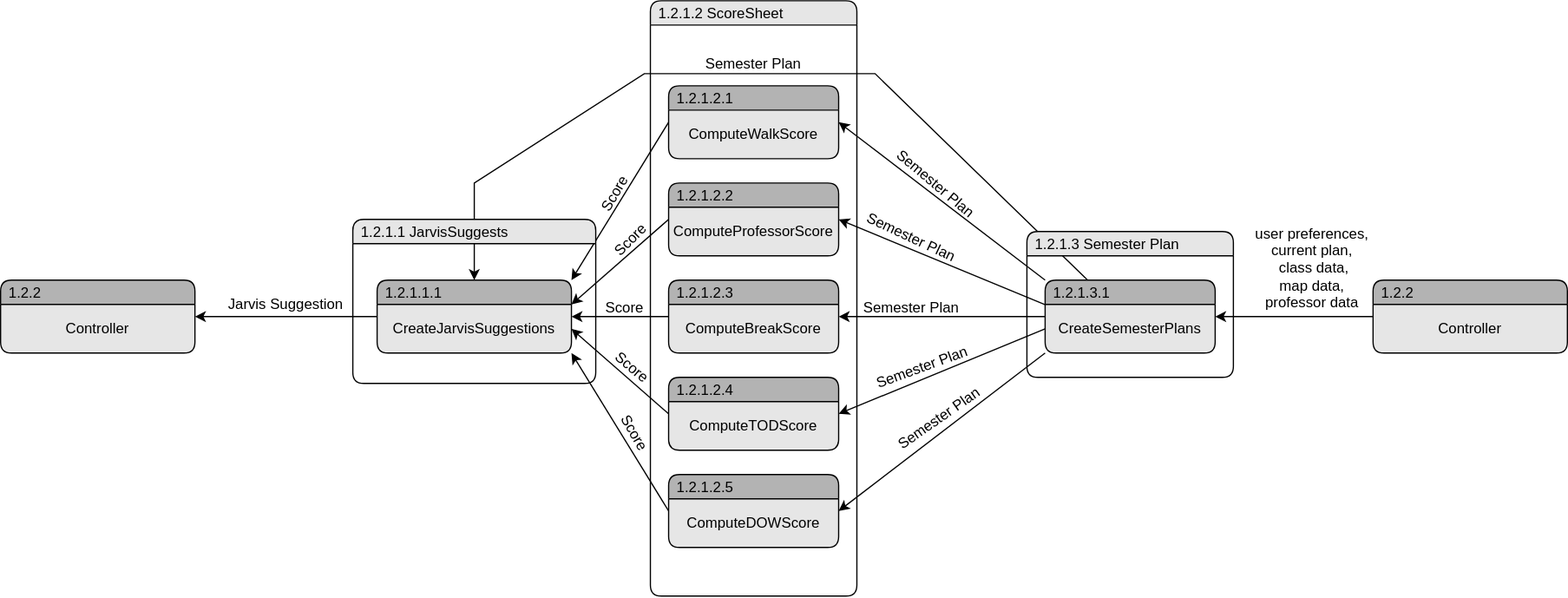
The draw.io diagram Logic/TeamTwoFiles/AlgorithmDataFlowDiagram.svg in MckennahPalmer/CSE430, before a commit. Source tidied: cells renumbered, new cells last; positions are measured from the earlier drawing's top-left corner, leaving out a move shared by most shapes. Its diagram source:
```xml
<mxGraphModel>
  <root>
    <mxCell id="0" />
    <mxCell id="1" parent="0" />
    <mxCell id="2" value="1.2.1.2 ScoreSheet" style="swimlane;fontStyle=0;horizontal=1;startSize=20;fillColor=#E6E6E6;swimlaneFillColor=none;rounded=1;spacingLeft=5;align=left;" parent="1" vertex="1">
      <mxGeometry x="535" width="170" height="490" as="geometry" />
    </mxCell>
    <mxCell id="3" value="1.2.1.2.1" style="swimlane;fontStyle=0;horizontal=1;startSize=20;fillColor=#B3B3B3;swimlaneFillColor=#E6E6E6;rounded=1;align=left;spacingLeft=5;shadow=0;" parent="1" vertex="1">
      <mxGeometry x="550" y="70" width="140" height="60" as="geometry" />
    </mxCell>
    <mxCell id="4" value="ComputeWalkScore" style="text;html=1;strokeColor=none;fillColor=none;align=center;verticalAlign=middle;whiteSpace=wrap;rounded=0;" parent="3" vertex="1">
      <mxGeometry y="20" width="140" height="40" as="geometry" />
    </mxCell>
    <mxCell id="5" value="1.2.1.3.1" style="swimlane;fontStyle=0;horizontal=1;startSize=20;fillColor=#B3B3B3;swimlaneFillColor=#E6E6E6;rounded=1;align=left;spacingLeft=5;" parent="1" vertex="1">
      <mxGeometry x="860" y="230" width="140" height="60" as="geometry" />
    </mxCell>
    <mxCell id="6" value="CreateSemesterPlans" style="text;html=1;strokeColor=none;fillColor=none;align=center;verticalAlign=middle;whiteSpace=wrap;rounded=0;" parent="5" vertex="1">
      <mxGeometry y="20" width="140" height="40" as="geometry" />
    </mxCell>
    <mxCell id="7" value="1.2.1.2.2" style="swimlane;fontStyle=0;horizontal=1;startSize=20;fillColor=#B3B3B3;swimlaneFillColor=#E6E6E6;rounded=1;align=left;spacingLeft=5;" parent="1" vertex="1">
      <mxGeometry x="550" y="150" width="140" height="60" as="geometry" />
    </mxCell>
    <mxCell id="8" value="ComputeProfessorScore" style="text;html=1;strokeColor=none;fillColor=none;align=center;verticalAlign=middle;whiteSpace=wrap;rounded=0;" parent="7" vertex="1">
      <mxGeometry y="20" width="140" height="40" as="geometry" />
    </mxCell>
    <mxCell id="9" value="1.2.1.2.3" style="swimlane;fontStyle=0;horizontal=1;startSize=20;fillColor=#B3B3B3;swimlaneFillColor=#E6E6E6;rounded=1;spacingLeft=5;align=left;" parent="1" vertex="1">
      <mxGeometry x="550" y="230" width="140" height="60" as="geometry" />
    </mxCell>
    <mxCell id="10" value="ComputeBreakScore" style="text;html=1;strokeColor=none;fillColor=none;align=center;verticalAlign=middle;whiteSpace=wrap;rounded=0;" parent="9" vertex="1">
      <mxGeometry y="20" width="140" height="40" as="geometry" />
    </mxCell>
    <mxCell id="11" value="1.2.1.2.4" style="swimlane;fontStyle=0;horizontal=1;startSize=20;fillColor=#B3B3B3;swimlaneFillColor=#E6E6E6;rounded=1;spacingLeft=5;align=left;" parent="1" vertex="1">
      <mxGeometry x="550" y="310" width="140" height="60" as="geometry" />
    </mxCell>
    <mxCell id="12" value="ComputeTODScore" style="text;html=1;strokeColor=none;fillColor=none;align=center;verticalAlign=middle;whiteSpace=wrap;rounded=0;" parent="11" vertex="1">
      <mxGeometry y="20" width="140" height="40" as="geometry" />
    </mxCell>
    <mxCell id="13" value="1.2.1.2.5" style="swimlane;fontStyle=0;horizontal=1;startSize=20;fillColor=#B3B3B3;swimlaneFillColor=#E6E6E6;rounded=1;spacingLeft=5;align=left;" parent="1" vertex="1">
      <mxGeometry x="550" y="390" width="140" height="60" as="geometry" />
    </mxCell>
    <mxCell id="14" value="ComputeDOWScore" style="text;html=1;strokeColor=none;fillColor=none;align=center;verticalAlign=middle;whiteSpace=wrap;rounded=0;" parent="13" vertex="1">
      <mxGeometry y="20" width="140" height="40" as="geometry" />
    </mxCell>
    <mxCell id="15" style="endArrow=classic;html=1;rounded=0;exitX=0;exitY=0;exitDx=0;exitDy=0;entryX=1;entryY=0.25;entryDx=0;entryDy=0;" parent="1" edge="1" source="5" target="4">
      <mxGeometry relative="1" as="geometry" />
    </mxCell>
    <mxCell id="16" style="endArrow=classic;html=1;rounded=0;entryX=1;entryY=0.25;entryDx=0;entryDy=0;exitX=0.001;exitY=0.336;exitDx=0;exitDy=0;exitPerimeter=0;" parent="1" edge="1" source="5" target="8">
      <mxGeometry relative="1" as="geometry" />
    </mxCell>
    <mxCell id="17" style="endArrow=classic;html=1;rounded=0;exitX=0;exitY=0.25;exitDx=0;exitDy=0;entryX=1;entryY=0.25;entryDx=0;entryDy=0;" parent="1" edge="1" source="6" target="10">
      <mxGeometry relative="1" as="geometry" />
    </mxCell>
    <mxCell id="18" style="endArrow=classic;html=1;rounded=0;exitX=0;exitY=0.5;exitDx=0;exitDy=0;entryX=1;entryY=0.25;entryDx=0;entryDy=0;" parent="1" edge="1" source="6" target="12">
      <mxGeometry relative="1" as="geometry" />
    </mxCell>
    <mxCell id="19" style="endArrow=classic;html=1;rounded=0;exitX=0;exitY=1;exitDx=0;exitDy=0;entryX=1;entryY=0.25;entryDx=0;entryDy=0;" parent="1" edge="1" source="6" target="14">
      <mxGeometry relative="1" as="geometry" />
    </mxCell>
    <mxCell id="20" style="endArrow=classic;html=1;rounded=0;entryX=1;entryY=0;entryDx=0;entryDy=0;exitX=0;exitY=0.25;exitDx=0;exitDy=0;" parent="1" edge="1" source="4" target="41">
      <mxGeometry relative="1" as="geometry" />
    </mxCell>
    <mxCell id="21" style="endArrow=classic;html=1;rounded=0;exitX=0;exitY=0.25;exitDx=0;exitDy=0;entryX=1;entryY=0;entryDx=0;entryDy=0;" parent="1" edge="1" source="8" target="42">
      <mxGeometry relative="1" as="geometry" />
    </mxCell>
    <mxCell id="22" style="endArrow=classic;html=1;rounded=0;entryX=1;entryY=0.25;entryDx=0;entryDy=0;exitX=0;exitY=0.25;exitDx=0;exitDy=0;" parent="1" edge="1" source="10">
      <mxGeometry relative="1" as="geometry">
        <mxPoint x="470" y="260" as="targetPoint" />
      </mxGeometry>
    </mxCell>
    <mxCell id="23" style="endArrow=classic;html=1;rounded=0;entryX=1;entryY=0.5;entryDx=0;entryDy=0;exitX=0;exitY=0.25;exitDx=0;exitDy=0;" parent="1" edge="1" source="12">
      <mxGeometry relative="1" as="geometry">
        <mxPoint x="470" y="270" as="targetPoint" />
      </mxGeometry>
    </mxCell>
    <mxCell id="24" style="endArrow=classic;html=1;rounded=0;entryX=1;entryY=1;entryDx=0;entryDy=0;exitX=0;exitY=0.25;exitDx=0;exitDy=0;" parent="1" edge="1" source="14">
      <mxGeometry relative="1" as="geometry">
        <mxPoint x="470" y="290" as="targetPoint" />
      </mxGeometry>
    </mxCell>
    <mxCell id="25" style="endArrow=classic;html=1;rounded=0;entryX=1;entryY=0.25;entryDx=0;entryDy=0;exitX=0;exitY=0.25;exitDx=0;exitDy=0;" parent="1" edge="1" source="42" target="39">
      <mxGeometry relative="1" as="geometry" />
    </mxCell>
    <mxCell id="26" style="endArrow=classic;html=1;rounded=0;exitX=0.25;exitY=0;exitDx=0;exitDy=0;entryX=0.5;entryY=0;entryDx=0;entryDy=0;" parent="1" edge="1" source="5" target="41">
      <mxGeometry relative="1" as="geometry">
        <Array as="points">
          <mxPoint x="720" y="60" />
          <mxPoint x="530" y="60" />
          <mxPoint x="390" y="150" />
        </Array>
      </mxGeometry>
    </mxCell>
    <mxCell id="27" value="Semester Plan" style="text;html=1;strokeColor=none;fillColor=none;align=center;verticalAlign=middle;whiteSpace=wrap;rounded=0;" parent="1" vertex="1">
      <mxGeometry x="570" y="37" width="100" height="30" as="geometry" />
    </mxCell>
    <mxCell id="28" value="Score" style="text;html=1;strokeColor=none;fillColor=none;align=center;verticalAlign=middle;whiteSpace=wrap;rounded=0;" parent="1" vertex="1">
      <mxGeometry x="464" y="238" width="100" height="30" as="geometry" />
    </mxCell>
    <mxCell id="29" value="Score" style="text;html=1;strokeColor=none;fillColor=none;align=center;verticalAlign=middle;whiteSpace=wrap;rounded=0;rotation=40;" parent="1" vertex="1">
      <mxGeometry x="470" y="287" width="100" height="30" as="geometry" />
    </mxCell>
    <mxCell id="30" value="Score" style="text;html=1;strokeColor=none;fillColor=none;align=center;verticalAlign=middle;whiteSpace=wrap;rounded=0;rotation=60;" parent="1" vertex="1">
      <mxGeometry x="472" y="341" width="100" height="30" as="geometry" />
    </mxCell>
    <mxCell id="31" value="Score" style="text;html=1;strokeColor=none;fillColor=none;align=center;verticalAlign=middle;whiteSpace=wrap;rounded=0;rotation=-45;" parent="1" vertex="1">
      <mxGeometry x="469" y="182" width="100" height="30" as="geometry" />
    </mxCell>
    <mxCell id="32" value="Score" style="text;html=1;strokeColor=none;fillColor=none;align=center;verticalAlign=middle;whiteSpace=wrap;rounded=0;rotation=-60;" parent="1" vertex="1">
      <mxGeometry x="456" y="144" width="100" height="30" as="geometry" />
    </mxCell>
    <mxCell id="33" value="Semester Plan" style="text;html=1;strokeColor=none;fillColor=none;align=center;verticalAlign=middle;whiteSpace=wrap;rounded=0;rotation=25;" parent="1" vertex="1">
      <mxGeometry x="700" y="180" width="100" height="30" as="geometry" />
    </mxCell>
    <mxCell id="34" value="Semester Plan" style="text;html=1;strokeColor=none;fillColor=none;align=center;verticalAlign=middle;whiteSpace=wrap;rounded=0;rotation=40;" parent="1" vertex="1">
      <mxGeometry x="720" y="136" width="100" height="30" as="geometry" />
    </mxCell>
    <mxCell id="35" value="Semester Plan" style="text;html=1;strokeColor=none;fillColor=none;align=center;verticalAlign=middle;whiteSpace=wrap;rounded=0;rotation=-20;" parent="1" vertex="1">
      <mxGeometry x="709" y="287" width="100" height="30" as="geometry" />
    </mxCell>
    <mxCell id="36" value="Semester Plan" style="text;html=1;strokeColor=none;fillColor=none;align=center;verticalAlign=middle;whiteSpace=wrap;rounded=0;rotation=-35;" parent="1" vertex="1">
      <mxGeometry x="723" y="329" width="100" height="30" as="geometry" />
    </mxCell>
    <mxCell id="37" value="Semester Plan" style="text;html=1;strokeColor=none;fillColor=none;align=center;verticalAlign=middle;whiteSpace=wrap;rounded=0;rotation=0;" parent="1" vertex="1">
      <mxGeometry x="700" y="238" width="100" height="30" as="geometry" />
    </mxCell>
    <mxCell id="38" value="1.2.2" style="swimlane;fontStyle=0;horizontal=1;startSize=20;fillColor=#B3B3B3;swimlaneFillColor=#E6E6E6;rounded=1;spacingLeft=5;align=left;" parent="1" vertex="1">
      <mxGeometry y="230" width="160" height="60" as="geometry" />
    </mxCell>
    <mxCell id="39" value="Controller" style="text;html=1;strokeColor=none;fillColor=none;align=center;verticalAlign=middle;whiteSpace=wrap;rounded=0;" parent="38" vertex="1">
      <mxGeometry y="20" width="160" height="40" as="geometry" />
    </mxCell>
    <mxCell id="40" value="Jarvis Suggestion" style="text;html=1;strokeColor=none;fillColor=none;align=center;verticalAlign=middle;whiteSpace=wrap;rounded=0;" parent="1" vertex="1">
      <mxGeometry x="180" y="235" width="110" height="30" as="geometry" />
    </mxCell>
    <mxCell id="41" value="1.2.1.1.1" style="swimlane;fontStyle=0;horizontal=1;startSize=20;fillColor=#B3B3B3;swimlaneFillColor=#E6E6E6;rounded=1;spacingLeft=5;align=left;" parent="1" vertex="1">
      <mxGeometry x="310" y="230" width="160" height="60" as="geometry" />
    </mxCell>
    <mxCell id="42" value="CreateJarvisSuggestions" style="text;html=1;strokeColor=none;fillColor=none;align=center;verticalAlign=middle;whiteSpace=wrap;rounded=0;" parent="41" vertex="1">
      <mxGeometry y="20" width="160" height="40" as="geometry" />
    </mxCell>
    <mxCell id="43" value="user preferences,&lt;br&gt;current plan,&lt;br&gt;&amp;nbsp;class data,&lt;br&gt;map data, professor data" style="text;html=1;strokeColor=none;fillColor=none;align=center;verticalAlign=middle;whiteSpace=wrap;rounded=0;fontFamily=Helvetica;" parent="1" vertex="1">
      <mxGeometry x="1030" y="180" width="100" height="80" as="geometry" />
    </mxCell>
    <mxCell id="44" value="1.2.1.1 JarvisSuggests" style="swimlane;fontStyle=0;horizontal=1;startSize=20;fillColor=#E6E6E6;swimlaneFillColor=none;rounded=1;spacingLeft=5;align=left;" parent="1" vertex="1">
      <mxGeometry x="290" y="180" width="200" height="135" as="geometry" />
    </mxCell>
    <mxCell id="45" value="1.2.1.3 Semester Plan" style="swimlane;fontStyle=0;horizontal=1;startSize=20;fillColor=#E6E6E6;swimlaneFillColor=none;rounded=1;spacingLeft=5;align=left;" parent="1" vertex="1">
      <mxGeometry x="845" y="190" width="170" height="120" as="geometry" />
    </mxCell>
    <mxCell id="46" style="endArrow=classic;html=1;rounded=0;entryX=1;entryY=0.25;entryDx=0;entryDy=0;exitX=0;exitY=0.25;exitDx=0;exitDy=0;" parent="1" edge="1" target="6">
      <mxGeometry relative="1" as="geometry">
        <mxPoint x="1130" y="260" as="sourcePoint" />
      </mxGeometry>
    </mxCell>
    <mxCell id="47" value="1.2.2" style="swimlane;fontStyle=0;horizontal=1;startSize=20;fillColor=#B3B3B3;swimlaneFillColor=#E6E6E6;rounded=1;spacingLeft=5;align=left;" parent="1" vertex="1">
      <mxGeometry x="1130" y="230" width="160" height="60" as="geometry" />
    </mxCell>
    <mxCell id="48" value="Controller" style="text;html=1;strokeColor=none;fillColor=none;align=center;verticalAlign=middle;whiteSpace=wrap;rounded=0;" parent="47" vertex="1">
      <mxGeometry y="20" width="160" height="40" as="geometry" />
    </mxCell>
  </root>
</mxGraphModel>
```
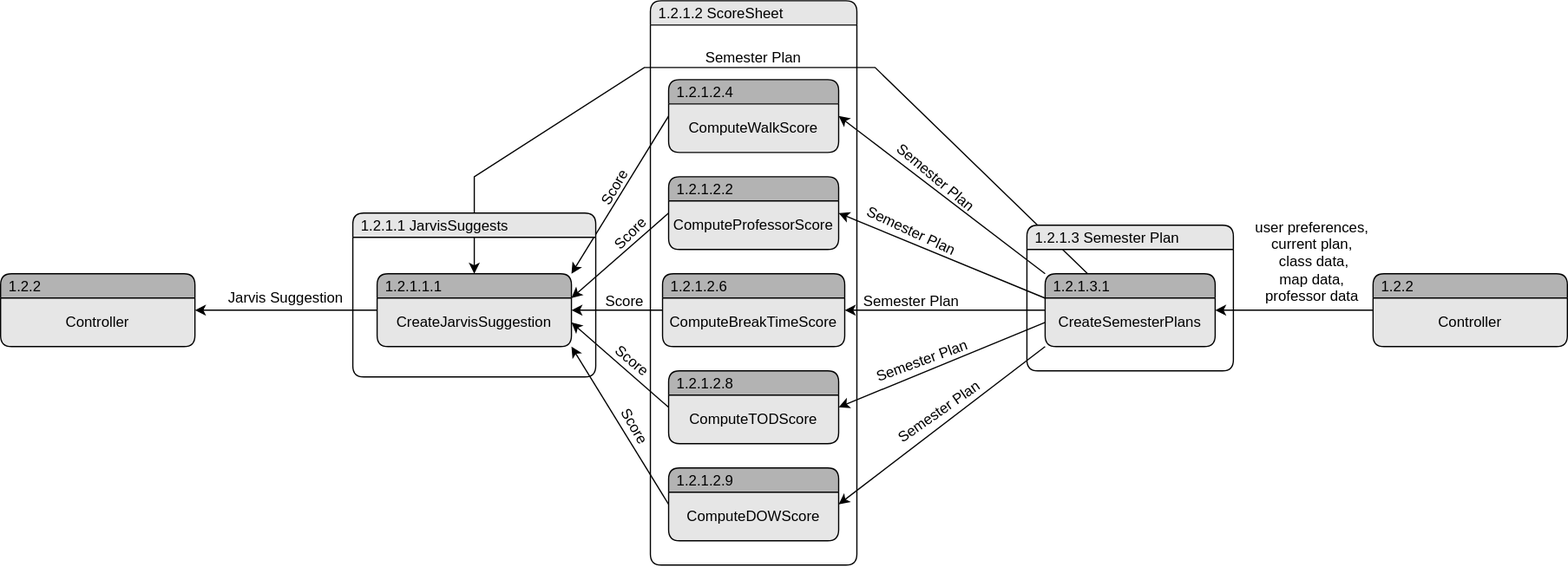
The same diagram one commit later.

Commit message:
Updated Algorithm Diagram and DIT to match new numbers and names.

The edit, as a diff of the source:
```diff
@@ -3,9 +3,9 @@
     <mxCell id="0" />
     <mxCell id="1" parent="0" />
     <mxCell id="2" value="1.2.1.2 ScoreSheet" style="swimlane;fontStyle=0;horizontal=1;startSize=20;fillColor=#E6E6E6;swimlaneFillColor=none;rounded=1;spacingLeft=5;align=left;" parent="1" vertex="1">
-      <mxGeometry x="535" width="170" height="490" as="geometry" />
+      <mxGeometry x="535" y="5" width="170" height="465" as="geometry" />
     </mxCell>
-    <mxCell id="3" value="1.2.1.2.1" style="swimlane;fontStyle=0;horizontal=1;startSize=20;fillColor=#B3B3B3;swimlaneFillColor=#E6E6E6;rounded=1;align=left;spacingLeft=5;shadow=0;" parent="1" vertex="1">
+    <mxCell id="3" value="1.2.1.2.4" style="swimlane;fontStyle=0;horizontal=1;startSize=20;fillColor=#B3B3B3;swimlaneFillColor=#E6E6E6;rounded=1;align=left;spacingLeft=5;shadow=0;" parent="1" vertex="1">
       <mxGeometry x="550" y="70" width="140" height="60" as="geometry" />
     </mxCell>
     <mxCell id="4" value="ComputeWalkScore" style="text;html=1;strokeColor=none;fillColor=none;align=center;verticalAlign=middle;whiteSpace=wrap;rounded=0;" parent="3" vertex="1">
@@ -23,19 +23,19 @@
     <mxCell id="8" value="ComputeProfessorScore" style="text;html=1;strokeColor=none;fillColor=none;align=center;verticalAlign=middle;whiteSpace=wrap;rounded=0;" parent="7" vertex="1">
       <mxGeometry y="20" width="140" height="40" as="geometry" />
     </mxCell>
-    <mxCell id="9" value="1.2.1.2.3" style="swimlane;fontStyle=0;horizontal=1;startSize=20;fillColor=#B3B3B3;swimlaneFillColor=#E6E6E6;rounded=1;spacingLeft=5;align=left;" parent="1" vertex="1">
-      <mxGeometry x="550" y="230" width="140" height="60" as="geometry" />
+    <mxCell id="9" value="1.2.1.2.6" style="swimlane;fontStyle=0;horizontal=1;startSize=20;fillColor=#B3B3B3;swimlaneFillColor=#E6E6E6;rounded=1;spacingLeft=5;align=left;" parent="1" vertex="1">
+      <mxGeometry x="545" y="230" width="150" height="60" as="geometry" />
     </mxCell>
-    <mxCell id="10" value="ComputeBreakScore" style="text;html=1;strokeColor=none;fillColor=none;align=center;verticalAlign=middle;whiteSpace=wrap;rounded=0;" parent="9" vertex="1">
-      <mxGeometry y="20" width="140" height="40" as="geometry" />
+    <mxCell id="10" value="ComputeBreakTimeScore" style="text;html=1;strokeColor=none;fillColor=none;align=center;verticalAlign=middle;whiteSpace=wrap;rounded=0;" parent="9" vertex="1">
+      <mxGeometry y="20" width="150" height="40" as="geometry" />
     </mxCell>
-    <mxCell id="11" value="1.2.1.2.4" style="swimlane;fontStyle=0;horizontal=1;startSize=20;fillColor=#B3B3B3;swimlaneFillColor=#E6E6E6;rounded=1;spacingLeft=5;align=left;" parent="1" vertex="1">
+    <mxCell id="11" value="1.2.1.2.8" style="swimlane;fontStyle=0;horizontal=1;startSize=20;fillColor=#B3B3B3;swimlaneFillColor=#E6E6E6;rounded=1;spacingLeft=5;align=left;" parent="1" vertex="1">
       <mxGeometry x="550" y="310" width="140" height="60" as="geometry" />
     </mxCell>
     <mxCell id="12" value="ComputeTODScore" style="text;html=1;strokeColor=none;fillColor=none;align=center;verticalAlign=middle;whiteSpace=wrap;rounded=0;" parent="11" vertex="1">
       <mxGeometry y="20" width="140" height="40" as="geometry" />
     </mxCell>
-    <mxCell id="13" value="1.2.1.2.5" style="swimlane;fontStyle=0;horizontal=1;startSize=20;fillColor=#B3B3B3;swimlaneFillColor=#E6E6E6;rounded=1;spacingLeft=5;align=left;" parent="1" vertex="1">
+    <mxCell id="13" value="1.2.1.2.9" style="swimlane;fontStyle=0;horizontal=1;startSize=20;fillColor=#B3B3B3;swimlaneFillColor=#E6E6E6;rounded=1;spacingLeft=5;align=left;" parent="1" vertex="1">
       <mxGeometry x="550" y="390" width="140" height="60" as="geometry" />
     </mxCell>
     <mxCell id="14" value="ComputeDOWScore" style="text;html=1;strokeColor=none;fillColor=none;align=center;verticalAlign=middle;whiteSpace=wrap;rounded=0;" parent="13" vertex="1">
@@ -134,7 +134,7 @@
     <mxCell id="41" value="1.2.1.1.1" style="swimlane;fontStyle=0;horizontal=1;startSize=20;fillColor=#B3B3B3;swimlaneFillColor=#E6E6E6;rounded=1;spacingLeft=5;align=left;" parent="1" vertex="1">
       <mxGeometry x="310" y="230" width="160" height="60" as="geometry" />
     </mxCell>
-    <mxCell id="42" value="CreateJarvisSuggestions" style="text;html=1;strokeColor=none;fillColor=none;align=center;verticalAlign=middle;whiteSpace=wrap;rounded=0;" parent="41" vertex="1">
+    <mxCell id="42" value="CreateJarvisSuggestion" style="text;html=1;strokeColor=none;fillColor=none;align=center;verticalAlign=middle;whiteSpace=wrap;rounded=0;" parent="41" vertex="1">
       <mxGeometry y="20" width="160" height="40" as="geometry" />
     </mxCell>
     <mxCell id="43" value="user preferences,&lt;br&gt;current plan,&lt;br&gt;&amp;nbsp;class data,&lt;br&gt;map data, professor data" style="text;html=1;strokeColor=none;fillColor=none;align=center;verticalAlign=middle;whiteSpace=wrap;rounded=0;fontFamily=Helvetica;" parent="1" vertex="1">
```
